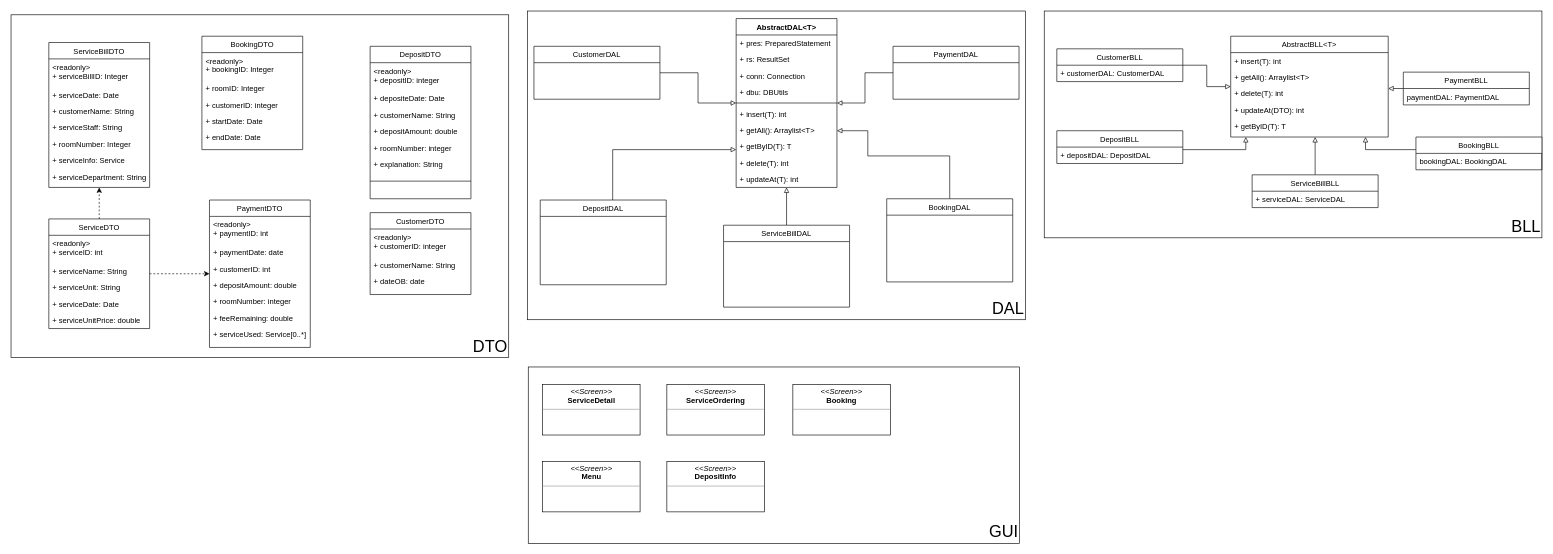
The draw.io diagram Diagram/Class Diagram.drawio in jonathanha52/SE104.L23.PMCL, before the edit. Source tidied: cells renumbered, new cells numbered last; positions are measured from the earlier drawing's top-left corner, leaving out a move shared by most shapes. Both pictures are drawn from the tidied source at 63%, with x=0, y=0 at pixel (11, 11).
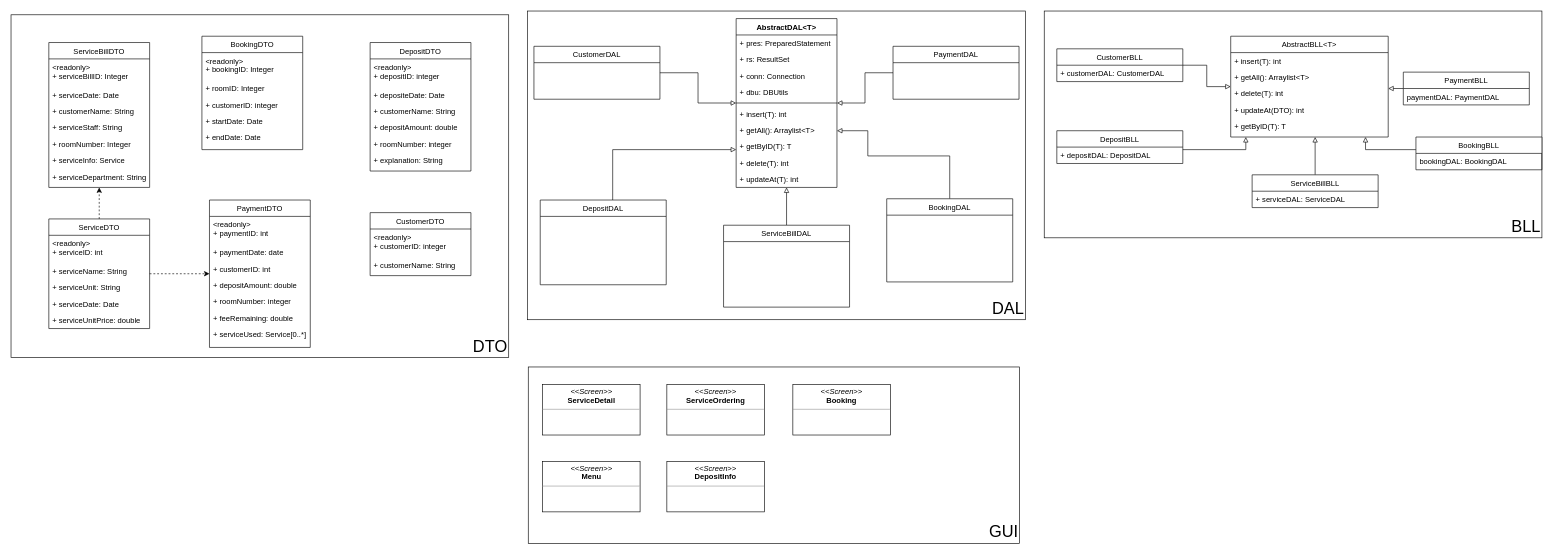
The same diagram, later.

The edit, as a diff of the source:
```diff
@@
     <mxCell id="20" value="DepositDTO" style="swimlane;fontStyle=0;align=center;verticalAlign=top;horizontal=1;startSize=26;rounded=0;shadow=0;strokeWidth=1;" parent="1" vertex="1">
-      <mxGeometry x="570" y="56" width="160" height="242" as="geometry" />
+      <mxGeometry x="570" y="50" width="160" height="204" as="geometry" />
     </mxCell>
@@
-    <mxCell id="27" style="line;html=1;strokeWidth=1;align=left;verticalAlign=middle;spacingTop=-1;spacingLeft=3;spacingRight=3;labelPosition=right;" parent="20" vertex="1">
-      <mxGeometry y="200" width="160" height="28" as="geometry" />
-    </mxCell>
@@
     <mxCell id="42" value="CustomerDTO" style="swimlane;fontStyle=0;align=center;verticalAlign=top;horizontal=1;startSize=26;rounded=0;shadow=0;strokeWidth=1;" parent="1" vertex="1">
-      <mxGeometry x="570" y="320" width="160" height="130" as="geometry" />
+      <mxGeometry x="570" y="320" width="160" height="100" as="geometry" />
     </mxCell>
@@
-    <mxCell id="45" value="+ dateOB: date" style="text;align=left;verticalAlign=top;spacingLeft=4;spacingRight=4;overflow=hidden;rounded=0;shadow=0;html=0;" parent="42" vertex="1">
-      <mxGeometry y="96" width="160" height="26" as="geometry" />
-    </mxCell>
```
